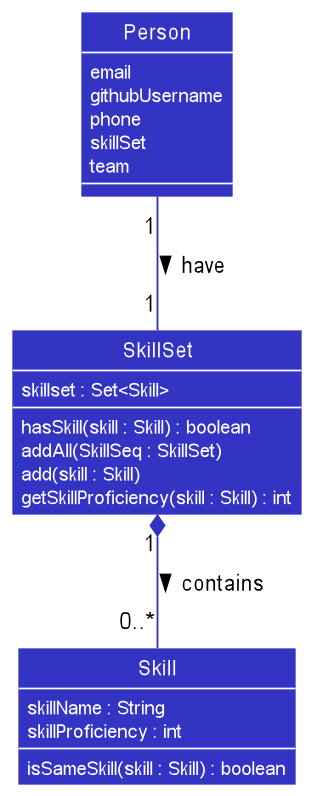
Before: docs/images/SkillDiagram.png, a diagram exported from PlantUML (nus-cs2103-AY2122S2/tp).
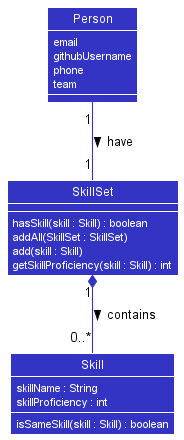
After the commit.

Commit message:
Update DG and UML diagrams

Change to the diagram source:
```diff
@@ -8,7 +8,6 @@
 <color:white>email
 <color:white>githubUsername
 <color:white>phone
-<color:white>skillSet
 <color:white>team
 }
 
@@ -19,9 +18,8 @@
 }
 
 class SkillSet {
-<color:white>skillset : Set<Skill>
 <color:white>hasSkill(skill : Skill) : boolean
-<color:white>addAll(SkillSeq : SkillSet)
+<color:white>addAll(SkillSet : SkillSet)
 <color:white>add(skill : Skill)
 <color:white>getSkillProficiency(skill : Skill) : int
 }
```
